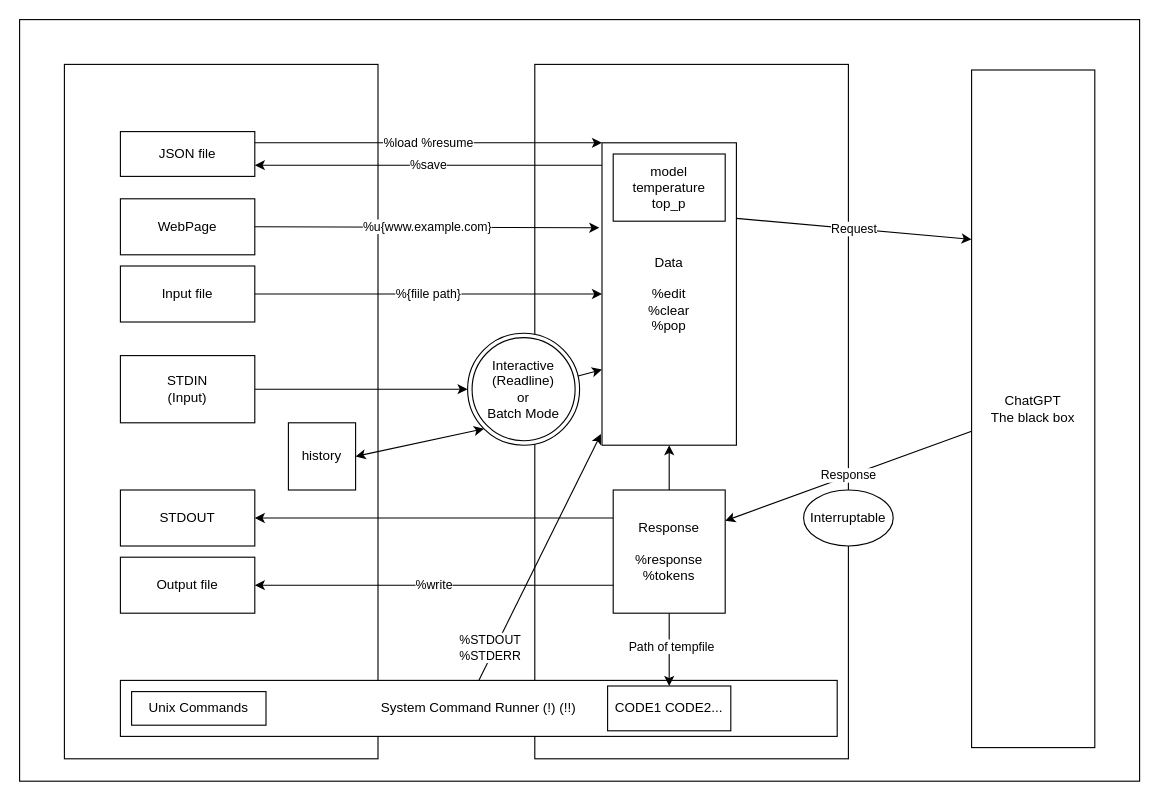
The draw.io diagram docs/overview.drawio in kojix2/chatgpt-cli, before the edit. Source tidied: cells renumbered, new cells numbered last; positions are measured from the earlier drawing's top-left corner, leaving out a move shared by most shapes. Both pictures are drawn from the tidied source at 112%, with x=0, y=0 at pixel (19, 19).
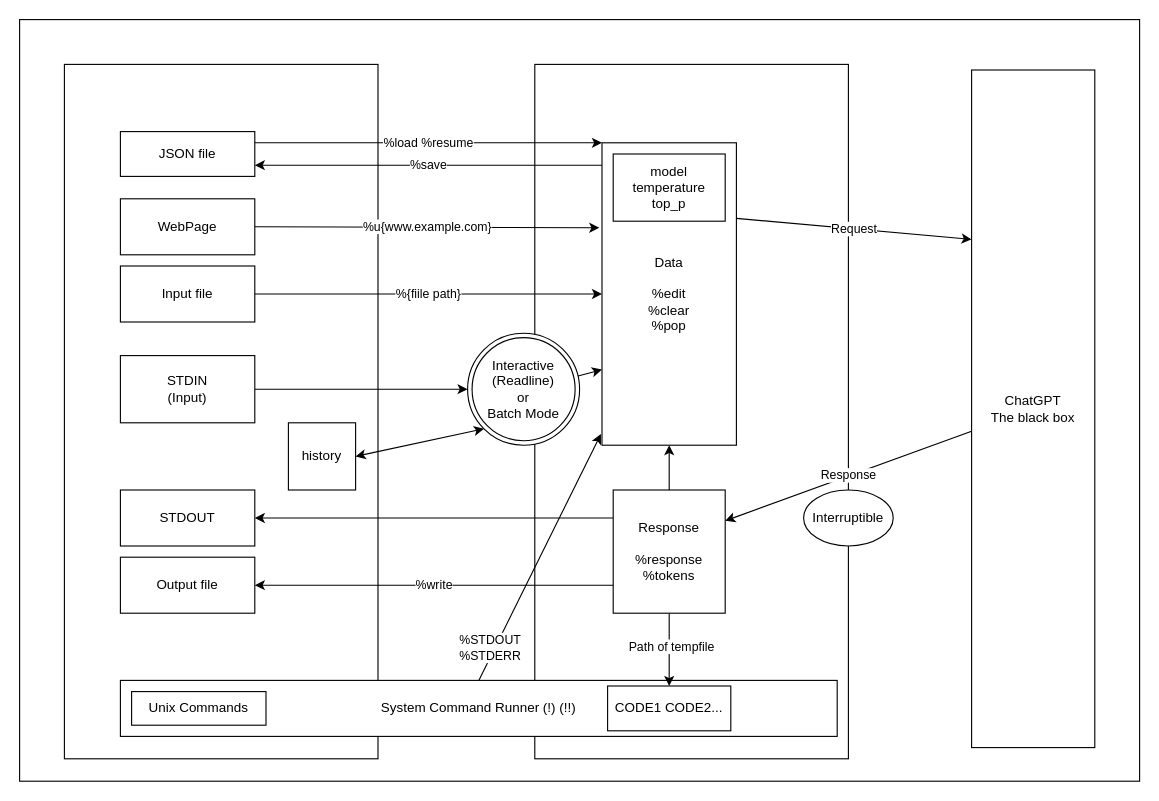
The same diagram, later.

What changed in the source:
```diff
@@
-    <mxCell id="35" value="Interruptable" style="ellipse;whiteSpace=wrap;html=1;" parent="1" vertex="1">
+    <mxCell id="35" value="Interruptible" style="ellipse;whiteSpace=wrap;html=1;" parent="1" vertex="1">
       <mxGeometry x="700" y="420" width="80" height="50" as="geometry" />
     </mxCell>
```
